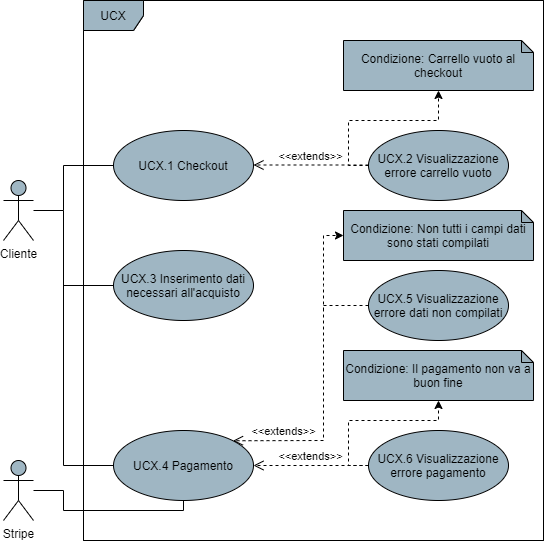
Omicron-Team/Documentazione keeps this draw.io diagram as DocumentazioneEsterna/AnalisiDeiRequisiti/res/UseCase/Immagini/AcquistoProdotti.png. Above is the earlier version. Source tidied: cells renumbered, new cells last; positions are measured from the earlier drawing's top-left corner, leaving out a move shared by most shapes.
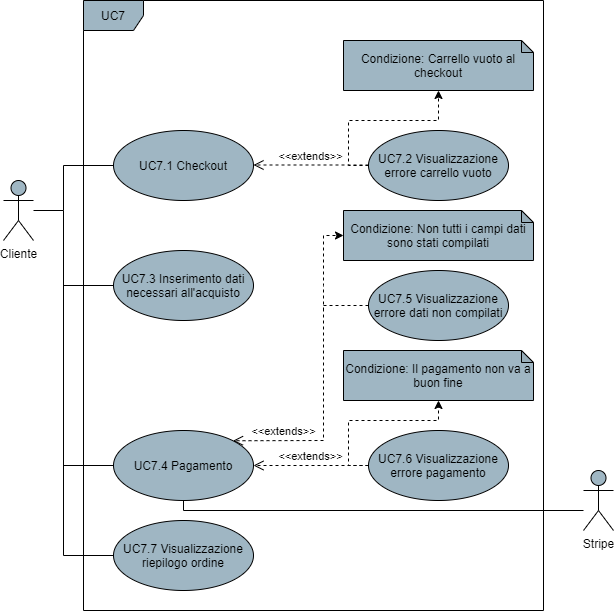
After the commit.

Change to the diagram source:
```diff
@@ -2,12 +2,9 @@
   <root>
     <mxCell id="0" />
     <mxCell id="1" parent="0" />
-    <mxCell id="2" value="UCX" style="shape=umlFrame;whiteSpace=wrap;html=1;fillColor=#9FB6C3;" parent="1" vertex="1">
-      <mxGeometry x="80" width="460" height="540" as="geometry" />
+    <mxCell id="2" value="UC7" style="shape=umlFrame;whiteSpace=wrap;html=1;fillColor=#9FB6C3;" parent="1" vertex="1">
+      <mxGeometry x="80" width="460" height="610" as="geometry" />
     </mxCell>
-    <mxCell id="3" value="UCX" style="shape=umlFrame;whiteSpace=wrap;html=1;fillColor=#9FB6C3;" parent="1" vertex="1">
-      <mxGeometry x="80" width="460" height="540" as="geometry" />
-    </mxCell>
     <mxCell id="4" style="edgeStyle=orthogonalEdgeStyle;rounded=0;jettySize=auto;html=1;endArrow=none;endFill=0;entryX=0;entryY=0.5;entryDx=0;entryDy=0;" parent="1" edge="1" source="5" target="19">
       <mxGeometry relative="1" as="geometry">
         <Array as="points">
@@ -22,7 +19,7 @@
     <mxCell id="6" value="Condizione: Il pagamento non va a buon fine" style="shape=note;whiteSpace=wrap;html=1;backgroundOutline=1;darkOpacity=0.05;fillColor=#9FB6C3;size=12;" parent="1" vertex="1">
       <mxGeometry x="340" y="350" width="190" height="50" as="geometry" />
     </mxCell>
-    <mxCell id="7" value="UCX.6 Visualizzazione errore pagamento" style="ellipse;whiteSpace=wrap;html=1;fillColor=#9FB6C3;" parent="1" vertex="1">
+    <mxCell id="7" value="UC7.6 Visualizzazione errore pagamento" style="ellipse;whiteSpace=wrap;html=1;fillColor=#9FB6C3;" parent="1" vertex="1">
       <mxGeometry x="365" y="430" width="140" height="70" as="geometry" />
     </mxCell>
     <mxCell id="8" style="edgeStyle=none;rounded=0;jettySize=auto;html=1;exitX=0;exitY=0.5;exitDx=0;exitDy=0;startArrow=none;startFill=0;endArrow=none;endFill=0;" parent="1" edge="1" source="9">
@@ -30,7 +27,7 @@
         <mxPoint x="60" y="285" as="targetPoint" />
       </mxGeometry>
     </mxCell>
-    <mxCell id="9" value="UCX.3 Inserimento dati necessari all'acquisto" style="ellipse;whiteSpace=wrap;html=1;fillColor=#9FB6C3;" parent="1" vertex="1">
+    <mxCell id="9" value="UC7.3 Inserimento dati necessari all'acquisto" style="ellipse;whiteSpace=wrap;html=1;fillColor=#9FB6C3;" parent="1" vertex="1">
       <mxGeometry x="110" y="250" width="140" height="70" as="geometry" />
     </mxCell>
     <mxCell id="10" style="edgeStyle=orthogonalEdgeStyle;rounded=0;jettySize=auto;html=1;exitX=0;exitY=0.5;exitDx=0;exitDy=0;startArrow=none;startFill=0;endArrow=none;endFill=0;" parent="1" edge="1" source="11">
@@ -41,7 +38,7 @@
         </Array>
       </mxGeometry>
     </mxCell>
-    <mxCell id="11" value="UCX.4 Pagamento" style="ellipse;whiteSpace=wrap;html=1;fillColor=#9FB6C3;" parent="1" vertex="1">
+    <mxCell id="11" value="UC7.4 Pagamento" style="ellipse;whiteSpace=wrap;html=1;fillColor=#9FB6C3;" parent="1" vertex="1">
       <mxGeometry x="110" y="430" width="140" height="70" as="geometry" />
     </mxCell>
     <mxCell id="12" value="&amp;lt;&amp;lt;extends&amp;gt;&amp;gt;" style="html=1;verticalAlign=bottom;endArrow=open;dashed=1;endSize=8;exitX=0;exitY=0.5;exitDx=0;exitDy=0;entryX=1;entryY=0.5;entryDx=0;entryDy=0;" parent="1" edge="1" source="7" target="11">
@@ -57,18 +54,16 @@
         </Array>
       </mxGeometry>
     </mxCell>
-    <mxCell id="14" style="rounded=0;jettySize=auto;html=1;entryX=0.5;entryY=1;entryDx=0;entryDy=0;startArrow=none;startFill=0;endArrow=none;endFill=0;edgeStyle=orthogonalEdgeStyle;" parent="1" edge="1" target="11">
+    <mxCell id="14" style="rounded=0;jettySize=auto;html=1;entryX=0.5;entryY=1;entryDx=0;entryDy=0;startArrow=none;startFill=0;endArrow=none;endFill=0;edgeStyle=orthogonalEdgeStyle;" parent="1" edge="1" source="15" target="11">
       <mxGeometry relative="1" as="geometry">
-        <mxPoint x="30" y="490" as="sourcePoint" />
         <Array as="points">
-          <mxPoint x="60" y="490" />
-          <mxPoint x="60" y="510" />
           <mxPoint x="180" y="510" />
+          <mxPoint x="180" y="500" />
         </Array>
       </mxGeometry>
     </mxCell>
     <mxCell id="15" value="Stripe" style="shape=umlActor;verticalLabelPosition=bottom;verticalAlign=top;html=1;fillColor=#9FB6C3;" parent="1" vertex="1">
-      <mxGeometry y="460" width="30" height="60" as="geometry" />
+      <mxGeometry x="580" y="470" width="30" height="60" as="geometry" />
     </mxCell>
     <mxCell id="16" style="edgeStyle=orthogonalEdgeStyle;rounded=0;jettySize=auto;html=1;dashed=1;exitX=0;exitY=0.5;exitDx=0;exitDy=0;" parent="1" edge="1" source="20" target="17">
       <mxGeometry relative="1" as="geometry">
@@ -90,10 +85,10 @@
         </Array>
       </mxGeometry>
     </mxCell>
-    <mxCell id="19" value="UCX.1 Checkout" style="ellipse;whiteSpace=wrap;html=1;fillColor=#9FB6C3;" parent="1" vertex="1">
+    <mxCell id="19" value="UC7.1 Checkout" style="ellipse;whiteSpace=wrap;html=1;fillColor=#9FB6C3;" parent="1" vertex="1">
       <mxGeometry x="110" y="130" width="140" height="70" as="geometry" />
     </mxCell>
-    <mxCell id="20" value="UCX.2 Visualizzazione errore carrello vuoto" style="ellipse;whiteSpace=wrap;html=1;fillColor=#9FB6C3;" parent="1" vertex="1">
+    <mxCell id="20" value="UC7.2 Visualizzazione errore carrello vuoto" style="ellipse;whiteSpace=wrap;html=1;fillColor=#9FB6C3;" parent="1" vertex="1">
       <mxGeometry x="365" y="130" width="140" height="70" as="geometry" />
     </mxCell>
     <mxCell id="21" value="&amp;lt;&amp;lt;extends&amp;gt;&amp;gt;" style="html=1;verticalAlign=bottom;endArrow=open;dashed=1;endSize=8;entryX=1;entryY=0.5;entryDx=0;entryDy=0;" parent="1" edge="1">
@@ -105,7 +100,7 @@
     <mxCell id="22" value="Condizione: Non tutti i campi dati sono stati compilati" style="shape=note;whiteSpace=wrap;html=1;backgroundOutline=1;darkOpacity=0.05;fillColor=#9FB6C3;size=12;" parent="1" vertex="1">
       <mxGeometry x="340" y="210" width="190" height="50" as="geometry" />
     </mxCell>
-    <mxCell id="23" value="UCX.5 Visualizzazione errore dati non compilati" style="ellipse;whiteSpace=wrap;html=1;fillColor=#9FB6C3;" parent="1" vertex="1">
+    <mxCell id="23" value="UC7.5 Visualizzazione errore dati non compilati" style="ellipse;whiteSpace=wrap;html=1;fillColor=#9FB6C3;" parent="1" vertex="1">
       <mxGeometry x="365" y="270" width="140" height="70" as="geometry" />
     </mxCell>
     <mxCell id="24" style="edgeStyle=orthogonalEdgeStyle;rounded=0;jettySize=auto;html=1;dashed=1;entryX=0;entryY=0.5;entryDx=0;entryDy=0;entryPerimeter=0;" parent="1" edge="1" target="22">
@@ -117,5 +112,16 @@
         </Array>
       </mxGeometry>
     </mxCell>
+    <mxCell id="25" value="UC7.7 Visualizzazione riepilogo ordine" style="ellipse;whiteSpace=wrap;html=1;fillColor=#9FB6C3;" parent="1" vertex="1">
+      <mxGeometry x="110" y="520" width="140" height="70" as="geometry" />
+    </mxCell>
+    <mxCell id="26" style="endArrow=none;html=1;exitX=0;exitY=0.5;exitDx=0;exitDy=0;rounded=0;" parent="1" edge="1" source="25">
+      <mxGeometry relative="1" as="geometry">
+        <mxPoint x="60" y="460" as="targetPoint" />
+        <Array as="points">
+          <mxPoint x="60" y="555" />
+        </Array>
+      </mxGeometry>
+    </mxCell>
   </root>
 </mxGraphModel>
```
